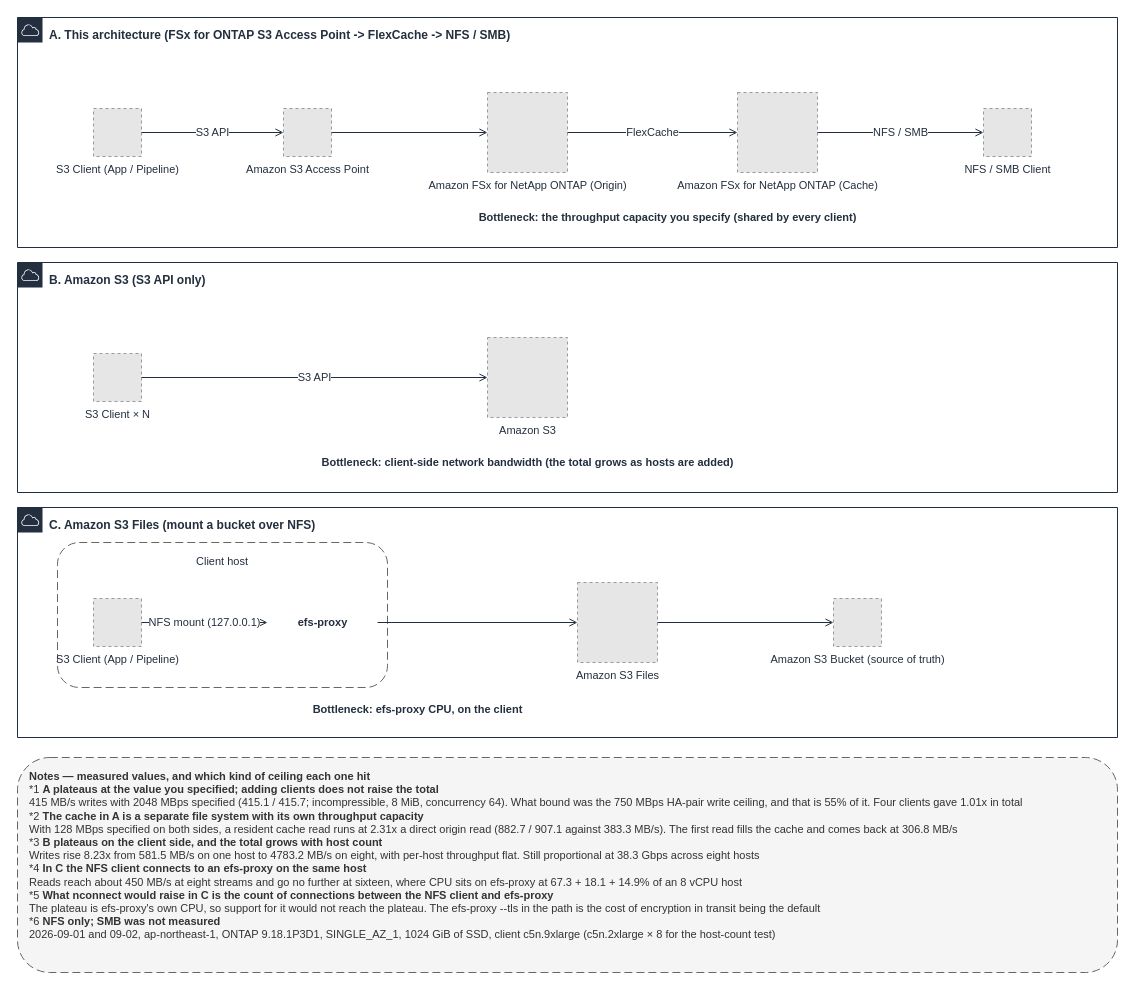
Earlier version of the draw.io diagram docs/_assets/diagrams/s3burst-throughput-bottlenecks-en.drawio (Yoshiki0705/S3-Burst-on-ONTAP-Files). Source tidied: cells renumbered, new cells numbered last; positions are measured from the earlier drawing's top-left corner, leaving out a move shared by most shapes. Both pictures are drawn from the tidied source at 100%, with x=0, y=0 at pixel (17, 17). Pictures stored in the file or linked from it are replaced by grey dashed boxes.
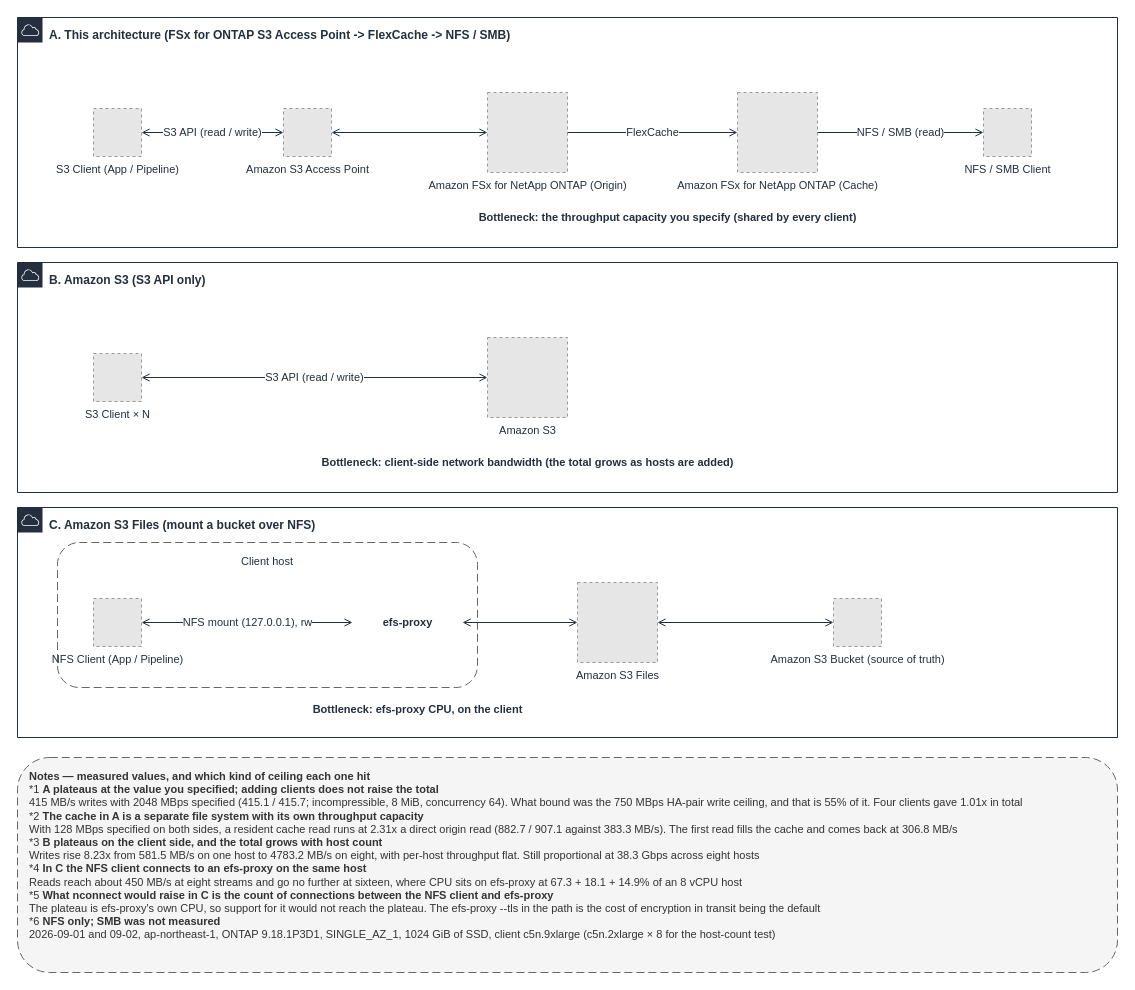
After the change.

Commit message (it also covers changes not shown here):
fix(diagrams): draw both directions where one client does both (#70)

The change refers to these unchanged cells:
```xml
<mxCell id="10" value="S3 Client (App / Pipeline)" style="fillColor=#E6E6E6;strokeColor=#999999;dashed=1;html=1;verticalLabelPosition=bottom;verticalAlign=top;labelPosition=center;align=center;fontSize=11;fontColor=#232F3E;" parent="1" vertex="1">
  <mxGeometry x="76" y="91" width="48" height="48" as="geometry" />
</mxCell>
<mxCell id="11" value="Amazon S3 Access Point" style="fillColor=#E6E6E6;strokeColor=#999999;dashed=1;html=1;verticalLabelPosition=bottom;verticalAlign=top;labelPosition=center;align=center;fontSize=11;fontColor=#232F3E;" parent="1" vertex="1">
  <mxGeometry x="266" y="91" width="48" height="48" as="geometry" />
</mxCell>
<mxCell id="12" value="Amazon FSx for NetApp ONTAP (Origin)" style="fillColor=#E6E6E6;strokeColor=#999999;dashed=1;html=1;verticalLabelPosition=bottom;verticalAlign=top;labelPosition=center;align=center;fontSize=11;fontColor=#232F3E;" parent="1" vertex="1">
  <mxGeometry x="470" y="75" width="80" height="80" as="geometry" />
</mxCell>
<mxCell id="13" value="Amazon FSx for NetApp ONTAP (Cache)" style="fillColor=#E6E6E6;strokeColor=#999999;dashed=1;html=1;verticalLabelPosition=bottom;verticalAlign=top;labelPosition=center;align=center;fontSize=11;fontColor=#232F3E;" parent="1" vertex="1">
  <mxGeometry x="720" y="75" width="80" height="80" as="geometry" />
</mxCell>
<mxCell id="14" value="NFS / SMB Client" style="fillColor=#E6E6E6;strokeColor=#999999;dashed=1;html=1;verticalLabelPosition=bottom;verticalAlign=top;labelPosition=center;align=center;fontSize=11;fontColor=#232F3E;" parent="1" vertex="1">
  <mxGeometry x="966" y="91" width="48" height="48" as="geometry" />
</mxCell>
<mxCell id="15" value="S3 Client × N" style="fillColor=#E6E6E6;strokeColor=#999999;dashed=1;html=1;verticalLabelPosition=bottom;verticalAlign=top;labelPosition=center;align=center;fontSize=11;fontColor=#232F3E;" parent="1" vertex="1">
  <mxGeometry x="76" y="336" width="48" height="48" as="geometry" />
</mxCell>
<mxCell id="16" value="Amazon S3" style="fillColor=#E6E6E6;strokeColor=#999999;dashed=1;html=1;verticalLabelPosition=bottom;verticalAlign=top;labelPosition=center;align=center;fontSize=11;fontColor=#232F3E;" parent="1" vertex="1">
  <mxGeometry x="470" y="320" width="80" height="80" as="geometry" />
</mxCell>
<mxCell id="18" value="Amazon S3 Files" style="fillColor=#E6E6E6;strokeColor=#999999;dashed=1;html=1;verticalLabelPosition=bottom;verticalAlign=top;labelPosition=center;align=center;fontSize=11;fontColor=#232F3E;" parent="1" vertex="1">
  <mxGeometry x="560" y="565" width="80" height="80" as="geometry" />
</mxCell>
<mxCell id="19" value="Amazon S3 Bucket (source of truth)" style="fillColor=#E6E6E6;strokeColor=#999999;dashed=1;html=1;verticalLabelPosition=bottom;verticalAlign=top;labelPosition=center;align=center;fontSize=11;fontColor=#232F3E;" parent="1" vertex="1">
  <mxGeometry x="816" y="581" width="48" height="48" as="geometry" />
</mxCell>
```

What changed in the source:
```diff
@@
     <mxCell id="5" value="Client host" style="rounded=1;whiteSpace=wrap;html=1;dashed=1;dashPattern=8 4;strokeColor=#666666;fillColor=none;fontColor=#232F3E;fontSize=11;verticalAlign=top;align=center;spacingTop=6;" parent="1" vertex="1">
-      <mxGeometry x="40" y="525" width="330" height="145" as="geometry" />
+      <mxGeometry x="40" y="525" width="420" height="145" as="geometry" />
     </mxCell>
@@
     <mxCell id="9" value="efs-proxy" style="text;html=1;strokeColor=none;fillColor=none;align=center;verticalAlign=middle;fontSize=11;fontStyle=1;fontColor=#232F3E;" parent="1" vertex="1">
-      <mxGeometry x="250" y="585" width="110" height="40" as="geometry" />
+      <mxGeometry x="335" y="585" width="110" height="40" as="geometry" />
     </mxCell>
@@
-    <mxCell id="17" value="S3 Client (App / Pipeline)" style="fillColor=#E6E6E6;strokeColor=#999999;dashed=1;html=1;verticalLabelPosition=bottom;verticalAlign=top;labelPosition=center;align=center;fontSize=11;fontColor=#232F3E;" parent="1" vertex="1">
+    <mxCell id="17" value="NFS Client (App / Pipeline)" style="fillColor=#E6E6E6;strokeColor=#999999;dashed=1;html=1;verticalLabelPosition=bottom;verticalAlign=top;labelPosition=center;align=center;fontSize=11;fontColor=#232F3E;" parent="1" vertex="1">
       <mxGeometry x="76" y="581" width="48" height="48" as="geometry" />
     </mxCell>
@@
-    <mxCell id="20" value="S3 API" style="edgeStyle=orthogonalEdgeStyle;rounded=0;html=1;endArrow=open;endFill=0;strokeColor=#232F3E;strokeWidth=1;fontSize=11;fontColor=#232F3E;" parent="1" edge="1" source="10" target="11">
+    <mxCell id="20" value="S3 API (read / write)" style="edgeStyle=orthogonalEdgeStyle;rounded=0;html=1;endArrow=open;endFill=0;strokeColor=#232F3E;strokeWidth=1;fontSize=11;fontColor=#232F3E;startArrow=open;startFill=0;" parent="1" edge="1" source="10" target="11">
       <mxGeometry relative="1" as="geometry" />
     </mxCell>
-    <mxCell id="21" style="edgeStyle=orthogonalEdgeStyle;rounded=0;html=1;endArrow=open;endFill=0;strokeColor=#232F3E;strokeWidth=1;fontSize=11;fontColor=#232F3E;" parent="1" edge="1" source="11" target="12">
+    <mxCell id="21" style="edgeStyle=orthogonalEdgeStyle;rounded=0;html=1;endArrow=open;endFill=0;strokeColor=#232F3E;strokeWidth=1;fontSize=11;fontColor=#232F3E;startArrow=open;startFill=0;" parent="1" edge="1" source="11" target="12">
       <mxGeometry relative="1" as="geometry" />
     </mxCell>
@@
-    <mxCell id="23" value="NFS / SMB" style="edgeStyle=orthogonalEdgeStyle;rounded=0;html=1;endArrow=open;endFill=0;strokeColor=#232F3E;strokeWidth=1;fontSize=11;fontColor=#232F3E;" parent="1" edge="1" source="13" target="14">
+    <mxCell id="23" value="NFS / SMB (read)" style="edgeStyle=orthogonalEdgeStyle;rounded=0;html=1;endArrow=open;endFill=0;strokeColor=#232F3E;strokeWidth=1;fontSize=11;fontColor=#232F3E;" parent="1" edge="1" source="13" target="14">
       <mxGeometry relative="1" as="geometry" />
     </mxCell>
-    <mxCell id="24" value="S3 API" style="edgeStyle=orthogonalEdgeStyle;rounded=0;html=1;endArrow=open;endFill=0;strokeColor=#232F3E;strokeWidth=1;fontSize=11;fontColor=#232F3E;" parent="1" edge="1" source="15" target="16">
+    <mxCell id="24" value="S3 API (read / write)" style="edgeStyle=orthogonalEdgeStyle;rounded=0;html=1;endArrow=open;endFill=0;strokeColor=#232F3E;strokeWidth=1;fontSize=11;fontColor=#232F3E;startArrow=open;startFill=0;" parent="1" edge="1" source="15" target="16">
       <mxGeometry relative="1" as="geometry" />
     </mxCell>
-    <mxCell id="25" value="NFS mount (127.0.0.1)" style="edgeStyle=orthogonalEdgeStyle;rounded=0;html=1;endArrow=open;endFill=0;strokeColor=#232F3E;strokeWidth=1;fontSize=11;fontColor=#232F3E;" parent="1" edge="1" source="17" target="9">
+    <mxCell id="25" value="NFS mount (127.0.0.1), rw" style="edgeStyle=orthogonalEdgeStyle;rounded=0;html=1;endArrow=open;endFill=0;strokeColor=#232F3E;strokeWidth=1;fontSize=11;fontColor=#232F3E;startArrow=open;startFill=0;" parent="1" edge="1" source="17" target="9">
       <mxGeometry relative="1" as="geometry" />
     </mxCell>
-    <mxCell id="26" style="edgeStyle=orthogonalEdgeStyle;rounded=0;html=1;endArrow=open;endFill=0;strokeColor=#232F3E;strokeWidth=1;fontSize=11;fontColor=#232F3E;" parent="1" edge="1" source="9" target="18">
+    <mxCell id="26" style="edgeStyle=orthogonalEdgeStyle;rounded=0;html=1;endArrow=open;endFill=0;strokeColor=#232F3E;strokeWidth=1;fontSize=11;fontColor=#232F3E;startArrow=open;startFill=0;" parent="1" edge="1" source="9" target="18">
       <mxGeometry relative="1" as="geometry" />
     </mxCell>
-    <mxCell id="27" style="edgeStyle=orthogonalEdgeStyle;rounded=0;html=1;endArrow=open;endFill=0;strokeColor=#232F3E;strokeWidth=1;fontSize=11;fontColor=#232F3E;" parent="1" edge="1" source="18" target="19">
+    <mxCell id="27" style="edgeStyle=orthogonalEdgeStyle;rounded=0;html=1;endArrow=open;endFill=0;strokeColor=#232F3E;strokeWidth=1;fontSize=11;fontColor=#232F3E;startArrow=open;startFill=0;" parent="1" edge="1" source="18" target="19">
       <mxGeometry relative="1" as="geometry" />
     </mxCell>
```
